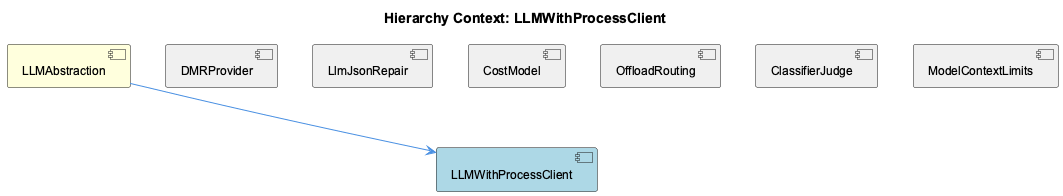
Before: knowledge-management/insights/images/llmwith-process-client-relationship.png, a diagram exported from PlantUML (fwornle/coding).
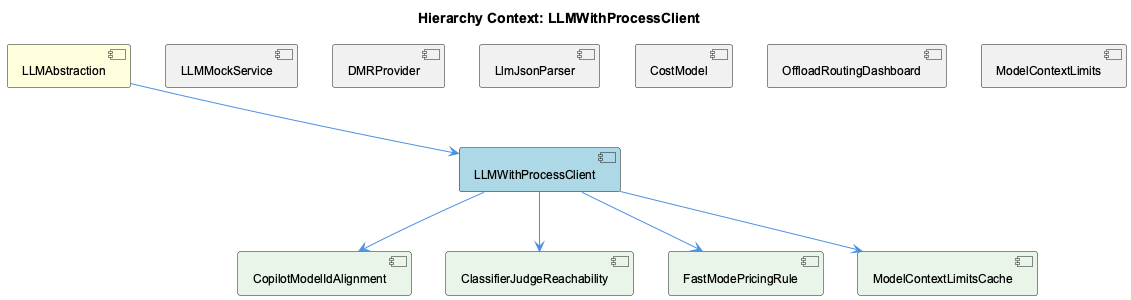
The same diagram one commit later.

The edit, as a diff of the source:
```diff
@@ -5,19 +5,29 @@
 
 [LLMAbstraction] as llmabstraction #FFFFDD
 [LLMWithProcessClient] as llmwith_process_client #LightBlue
+[LLMMockService] as llmmock_service #F0F0F0
 [DMRProvider] as dmrprovider #F0F0F0
-[LlmJsonRepair] as llm_json_repair #F0F0F0
+[LlmJsonParser] as llm_json_parser #F0F0F0
+[CopilotModelIdAlignment] as copilot_model_id_alignment #F0F0F0
 [CostModel] as cost_model #F0F0F0
-[OffloadRouting] as offload_routing #F0F0F0
-[ClassifierJudge] as classifier_judge #F0F0F0
+[OffloadRoutingDashboard] as offload_routing_dashboard #F0F0F0
 [ModelContextLimits] as model_context_limits #F0F0F0
+[CopilotModelIdAlignment] as copilot_model_id_alignment #E8F5E8
+[ClassifierJudgeReachability] as classifier_judge_reachability #E8F5E8
+[FastModePricingRule] as fast_mode_pricing_rule #E8F5E8
+[ModelContextLimitsCache] as model_context_limits_cache #E8F5E8
 
 llmabstraction --> llmwith_process_client
+llmmock_service -[hidden]- llmwith_process_client
 dmrprovider -[hidden]- llmwith_process_client
-llm_json_repair -[hidden]- llmwith_process_client
+llm_json_parser -[hidden]- llmwith_process_client
+copilot_model_id_alignment -[hidden]- llmwith_process_client
 cost_model -[hidden]- llmwith_process_client
-offload_routing -[hidden]- llmwith_process_client
-classifier_judge -[hidden]- llmwith_process_client
+offload_routing_dashboard -[hidden]- llmwith_process_client
 model_context_limits -[hidden]- llmwith_process_client
+llmwith_process_client --> copilot_model_id_alignment
+llmwith_process_client --> classifier_judge_reachability
+llmwith_process_client --> fast_mode_pricing_rule
+llmwith_process_client --> model_context_limits_cache
 
 @enduml
```
